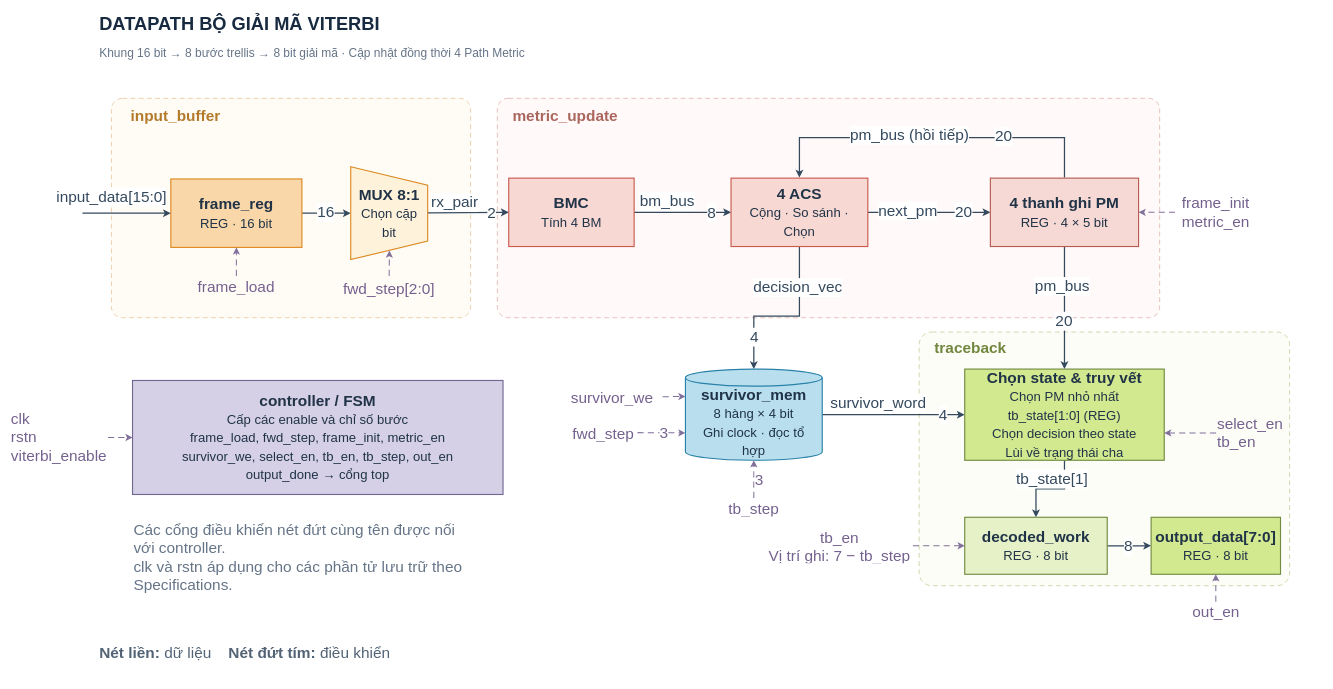
The draw.io diagram page "Datapath" (4 of 16) of docs/Viterbi_decoder.drawio in nvh1811/viterbi_decoder, before the edit. Source tidied: cells renumbered, new cells numbered last; positions are measured from the earlier drawing's top-left corner, leaving out a move shared by most shapes. Both pictures are drawn from the tidied source at 57%, with x=0, y=0 at pixel (10, 10).
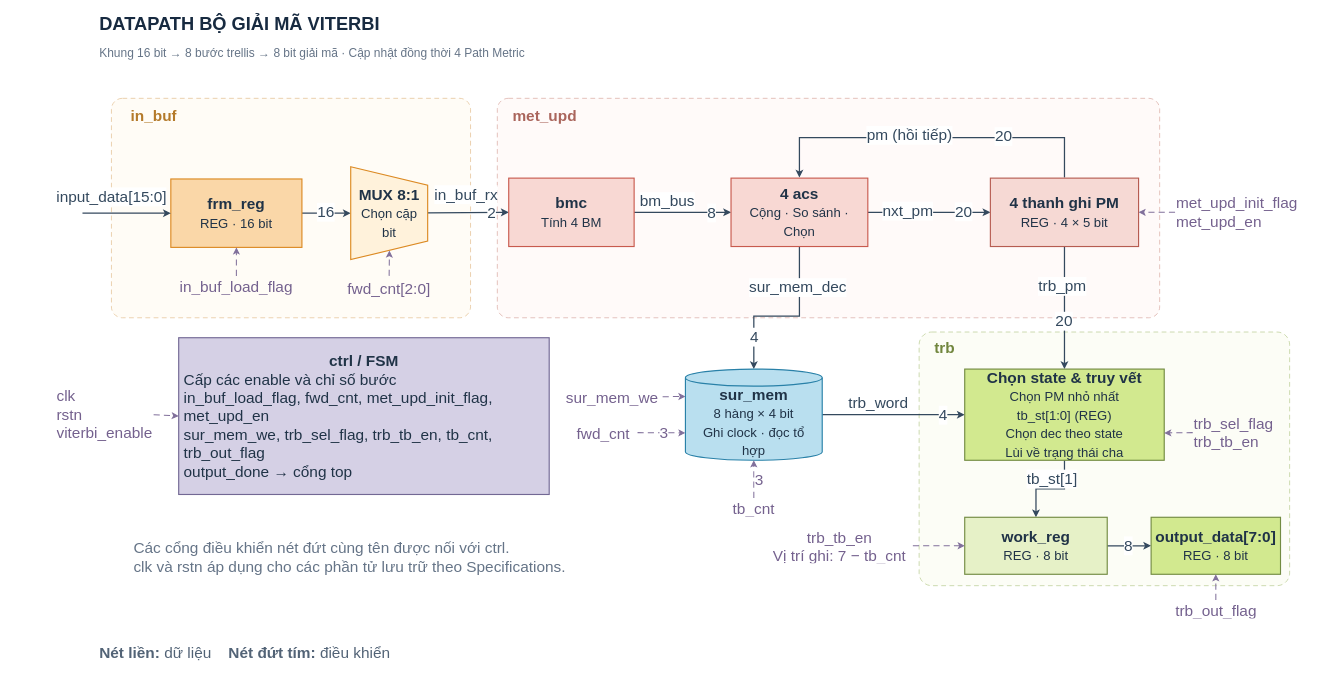
After the change.

The change refers to these unchanged cells:
```xml
<mxCell id="28" value="&lt;b&gt;MUX 8:1&lt;/b&gt;&lt;br&gt;&lt;span style=&quot;font-size: 23px;&quot;&gt;Chọn cặp bit&lt;/span&gt;" style="rounded=0;html=1;whiteSpace=wrap;fillColor=#FFF2DB;strokeColor=#DC8A23;strokeWidth=2;fontFamily=Arial;fontSize=27;fontColor=#203347;align=center;verticalAlign=middle;spacing=10;shape=trapezoid;direction=east;rotation=90;horizontal=0;" parent="1" vertex="1">
  <mxGeometry x="583.8" y="289" width="163" height="135" as="geometry" />
</mxCell>
<mxCell id="31" value="&lt;b&gt;4 thanh ghi PM&lt;/b&gt;&lt;br&gt;&lt;span style=&quot;font-size: 23px;&quot;&gt;REG · 4 × 5 bit&lt;/span&gt;" style="rounded=0;html=1;whiteSpace=wrap;fillColor=#F6D9D4;strokeColor=#B65C51;strokeWidth=2;fontFamily=Arial;fontSize=27;fontColor=#203347;align=center;verticalAlign=middle;spacing=10;" parent="1" vertex="1">
  <mxGeometry x="1720" y="295" width="260" height="120" as="geometry" />
</mxCell>
```

Change to the diagram source:
```diff
@@
-    <mxCell id="7" value="input_buffer" style="text;html=1;strokeColor=none;fillColor=none;whiteSpace=wrap;overflow=hidden;fontFamily=Arial;fontSize=27;fontColor=#B47A2A;fontStyle=1;align=left;verticalAlign=middle;" parent="1" vertex="1">
+    <mxCell id="7" value="in_buf" style="text;html=1;strokeColor=none;fillColor=none;whiteSpace=wrap;overflow=hidden;fontFamily=Arial;fontSize=27;fontColor=#B47A2A;fontStyle=1;align=left;verticalAlign=middle;" parent="1" vertex="1">
       <mxGeometry x="210" y="167" width="350" height="34" as="geometry" />
     </mxCell>
-    <mxCell id="8" value="metric_update" style="text;html=1;strokeColor=none;fillColor=none;whiteSpace=wrap;overflow=hidden;fontFamily=Arial;fontSize=27;fontColor=#AA655C;fontStyle=1;align=left;verticalAlign=middle;" parent="1" vertex="1">
+    <mxCell id="8" value="met_upd" style="text;html=1;strokeColor=none;fillColor=none;whiteSpace=wrap;overflow=hidden;fontFamily=Arial;fontSize=27;fontColor=#AA655C;fontStyle=1;align=left;verticalAlign=middle;" parent="1" vertex="1">
       <mxGeometry x="880" y="167" width="330" height="34" as="geometry" />
     </mxCell>
-    <mxCell id="9" value="traceback" style="text;html=1;strokeColor=none;fillColor=none;whiteSpace=wrap;overflow=hidden;fontFamily=Arial;fontSize=27;fontColor=#71863E;fontStyle=1;align=left;verticalAlign=middle;" parent="1" vertex="1">
+    <mxCell id="9" value="trb" style="text;html=1;strokeColor=none;fillColor=none;whiteSpace=wrap;overflow=hidden;fontFamily=Arial;fontSize=27;fontColor=#71863E;fontStyle=1;align=left;verticalAlign=middle;" parent="1" vertex="1">
       <mxGeometry x="1620" y="575" width="300" height="34" as="geometry" />
     </mxCell>
@@
-    <mxCell id="11" value="rx_pair" style="edgeStyle=none;rounded=0;html=1;endArrow=classic;endFill=1;endSize=7;strokeColor=#34495E;strokeWidth=2.2;fontFamily=Arial;fontSize=27;fontColor=#34495E;labelBackgroundColor=#FFFFFF;align=center;verticalAlign=middle;entryX=0;entryY=0.5;entryPerimeter=1;" parent="1" edge="1" source="28" target="29">
-      <mxGeometry x="-0.34" y="18" relative="1" as="geometry" />
+    <mxCell id="11" value="in_buf_rx" style="edgeStyle=none;rounded=0;html=1;endArrow=classic;endFill=1;endSize=7;strokeColor=#34495E;strokeWidth=2.2;fontFamily=Arial;fontSize=27;fontColor=#34495E;labelBackgroundColor=#FFFFFF;align=center;verticalAlign=middle;entryX=0;entryY=0.5;entryPerimeter=1;" parent="1" edge="1" source="28" target="29">
+      <mxGeometry x="-0.06" y="32" relative="1" as="geometry" />
     </mxCell>
@@
-    <mxCell id="15" value="next_pm" style="edgeStyle=none;rounded=0;html=1;endArrow=classic;endFill=1;endSize=7;strokeColor=#34495E;strokeWidth=2.2;fontFamily=Arial;fontSize=27;fontColor=#34495E;labelBackgroundColor=#FFFFFF;align=center;verticalAlign=middle;exitX=1;exitY=0.5;entryX=0;entryY=0.5;exitPerimeter=1;entryPerimeter=1;" parent="1" edge="1" source="30" target="31">
+    <mxCell id="15" value="nxt_pm" style="edgeStyle=none;rounded=0;html=1;endArrow=classic;endFill=1;endSize=7;strokeColor=#34495E;strokeWidth=2.2;fontFamily=Arial;fontSize=27;fontColor=#34495E;labelBackgroundColor=#FFFFFF;align=center;verticalAlign=middle;exitX=1;exitY=0.5;entryX=0;entryY=0.5;exitPerimeter=1;entryPerimeter=1;" parent="1" edge="1" source="30" target="31">
       <mxGeometry x="-0.35" y="2" relative="1" as="geometry" />
     </mxCell>
@@
-    <mxCell id="17" value="pm_bus (hồi tiếp)" style="edgeStyle=none;rounded=0;html=1;endArrow=classic;endFill=1;endSize=7;strokeColor=#34495E;strokeWidth=2.2;fontFamily=Arial;fontSize=27;fontColor=#34495E;labelBackgroundColor=#FFFFFF;align=center;verticalAlign=middle;exitX=0.5;exitY=0;entryX=0.5;entryY=0;exitPerimeter=1;entryPerimeter=1;" parent="1" edge="1">
+    <mxCell id="17" value="pm (hồi tiếp)" style="edgeStyle=none;rounded=0;html=1;endArrow=classic;endFill=1;endSize=7;strokeColor=#34495E;strokeWidth=2.2;fontFamily=Arial;fontSize=27;fontColor=#34495E;labelBackgroundColor=#FFFFFF;align=center;verticalAlign=middle;exitX=0.5;exitY=0;entryX=0.5;entryY=0;exitPerimeter=1;entryPerimeter=1;" parent="1" edge="1">
       <mxGeometry x="0.13" y="-4" relative="1" as="geometry">
         <mxPoint x="1850" y="294" as="sourcePoint" />
         <mxPoint x="1385" y="294" as="targetPoint" />
         <Array as="points">
           <mxPoint x="1850" y="224" />
           <mxPoint x="1805" y="224" />
           <mxPoint x="1385" y="224" />
         </Array>
       </mxGeometry>
     </mxCell>
@@
-    <mxCell id="19" value="decision_vec" style="edgeStyle=none;rounded=0;html=1;endArrow=classic;endFill=1;endSize=7;strokeColor=#34495E;strokeWidth=2.2;fontFamily=Arial;fontSize=27;fontColor=#34495E;labelBackgroundColor=#FFFFFF;align=center;verticalAlign=middle;exitX=0.5;exitY=1;entryX=0.5;entryY=0;exitPerimeter=1;entryPerimeter=1;" parent="1" edge="1" source="30" target="32">
+    <mxCell id="19" value="sur_mem_dec" style="edgeStyle=none;rounded=0;html=1;endArrow=classic;endFill=1;endSize=7;strokeColor=#34495E;strokeWidth=2.2;fontFamily=Arial;fontSize=27;fontColor=#34495E;labelBackgroundColor=#FFFFFF;align=center;verticalAlign=middle;exitX=0.5;exitY=1;entryX=0.5;entryY=0;exitPerimeter=1;entryPerimeter=1;" parent="1" edge="1" source="30" target="32">
       <mxGeometry x="-0.51" y="-3" relative="1" as="geometry">
         <Array as="points">
           <mxPoint x="1385" y="537.2" />
           <mxPoint x="1305" y="537.2" />
         </Array>
       </mxGeometry>
     </mxCell>
@@
-    <mxCell id="21" value="pm_bus" style="edgeStyle=none;rounded=0;html=1;endArrow=classic;endFill=1;endSize=7;strokeColor=#34495E;strokeWidth=2.2;fontFamily=Arial;fontSize=27;fontColor=#34495E;labelBackgroundColor=#FFFFFF;align=center;verticalAlign=middle;exitX=0.5;exitY=1;entryX=0.5;entryY=0;exitPerimeter=1;entryPerimeter=1;" parent="1" edge="1" source="31" target="33">
+    <mxCell id="21" value="trb_pm" style="edgeStyle=none;rounded=0;html=1;endArrow=classic;endFill=1;endSize=7;strokeColor=#34495E;strokeWidth=2.2;fontFamily=Arial;fontSize=27;fontColor=#34495E;labelBackgroundColor=#FFFFFF;align=center;verticalAlign=middle;exitX=0.5;exitY=1;entryX=0.5;entryY=0;exitPerimeter=1;entryPerimeter=1;" parent="1" edge="1" source="31" target="33">
       <mxGeometry x="-0.36" y="-4" relative="1" as="geometry">
         <Array as="points">
           <mxPoint x="1850" y="570" />
         </Array>
         <mxPoint y="1" as="offset" />
       </mxGeometry>
     </mxCell>
@@
-    <mxCell id="23" value="survivor_word" style="edgeStyle=none;rounded=0;html=1;endArrow=classic;endFill=1;endSize=7;strokeColor=#34495E;strokeWidth=2.2;fontFamily=Arial;fontSize=27;fontColor=#34495E;labelBackgroundColor=#FFFFFF;align=center;verticalAlign=middle;exitX=1;exitY=0.5;entryX=0;entryY=0.5;exitPerimeter=1;entryPerimeter=1;" parent="1" edge="1" source="32" target="33">
+    <mxCell id="23" value="trb_word" style="edgeStyle=none;rounded=0;html=1;endArrow=classic;endFill=1;endSize=7;strokeColor=#34495E;strokeWidth=2.2;fontFamily=Arial;fontSize=27;fontColor=#34495E;labelBackgroundColor=#FFFFFF;align=center;verticalAlign=middle;exitX=1;exitY=0.5;entryX=0;entryY=0.5;exitPerimeter=1;entryPerimeter=1;" parent="1" edge="1" source="32" target="33">
       <mxGeometry x="-0.22" y="20" relative="1" as="geometry" />
     </mxCell>
@@
-    <mxCell id="25" value="tb_state[1]" style="edgeStyle=none;rounded=0;html=1;endArrow=classic;endFill=1;endSize=7;strokeColor=#34495E;strokeWidth=2.2;fontFamily=Arial;fontSize=27;fontColor=#34495E;labelBackgroundColor=#FFFFFF;align=center;verticalAlign=middle;exitX=0.5;exitY=1;entryX=0.5;entryY=0;exitPerimeter=1;entryPerimeter=1;" parent="1" edge="1" source="33" target="34">
+    <mxCell id="25" value="tb_st[1]" style="edgeStyle=none;rounded=0;html=1;endArrow=classic;endFill=1;endSize=7;strokeColor=#34495E;strokeWidth=2.2;fontFamily=Arial;fontSize=27;fontColor=#34495E;labelBackgroundColor=#FFFFFF;align=center;verticalAlign=middle;exitX=0.5;exitY=1;entryX=0.5;entryY=0;exitPerimeter=1;entryPerimeter=1;" parent="1" edge="1" source="33" target="34">
       <mxGeometry x="-0.03" y="-17" relative="1" as="geometry">
         <Array as="points">
           <mxPoint x="1850" y="840" />
           <mxPoint x="1800" y="840" />
         </Array>
         <mxPoint x="1" as="offset" />
       </mxGeometry>
     </mxCell>
@@
-    <mxCell id="27" value="&lt;b&gt;frame_reg&lt;/b&gt;&lt;br&gt;&lt;span style=&quot;font-size: 23px;&quot;&gt;REG · 16 bit&lt;/span&gt;" style="rounded=0;html=1;whiteSpace=wrap;fillColor=#FAD7A8;strokeColor=#DC8A23;strokeWidth=2;fontFamily=Arial;fontSize=27;fontColor=#203347;align=center;verticalAlign=middle;spacing=10;" parent="1" vertex="1">
+    <mxCell id="27" value="&lt;b&gt;frm_reg&lt;/b&gt;&lt;br&gt;&lt;span style=&quot;font-size: 23px;&quot;&gt;REG · 16 bit&lt;/span&gt;" style="rounded=0;html=1;whiteSpace=wrap;fillColor=#FAD7A8;strokeColor=#DC8A23;strokeWidth=2;fontFamily=Arial;fontSize=27;fontColor=#203347;align=center;verticalAlign=middle;spacing=10;" parent="1" vertex="1">
       <mxGeometry x="282.2" y="296.5" width="230" height="120" as="geometry" />
     </mxCell>
@@
-    <mxCell id="29" value="&lt;b&gt;BMC&lt;/b&gt;&lt;br&gt;&lt;span style=&quot;font-size: 23px;&quot;&gt;Tính 4 BM&lt;/span&gt;" style="rounded=0;html=1;whiteSpace=wrap;fillColor=#F8D8D3;strokeColor=#C85A4E;strokeWidth=2;fontFamily=Arial;fontSize=27;fontColor=#203347;align=center;verticalAlign=middle;spacing=10;" parent="1" vertex="1">
+    <mxCell id="29" value="&lt;b&gt;bmc&lt;/b&gt;&lt;br&gt;&lt;span style=&quot;font-size: 23px;&quot;&gt;Tính 4 BM&lt;/span&gt;" style="rounded=0;html=1;whiteSpace=wrap;fillColor=#F8D8D3;strokeColor=#C85A4E;strokeWidth=2;fontFamily=Arial;fontSize=27;fontColor=#203347;align=center;verticalAlign=middle;spacing=10;" parent="1" vertex="1">
       <mxGeometry x="875" y="295" width="220" height="120" as="geometry" />
     </mxCell>
-    <mxCell id="30" value="&lt;b&gt;4 ACS&lt;/b&gt;&lt;br&gt;&lt;span style=&quot;font-size: 23px;&quot;&gt;Cộng · So sánh · Chọn&lt;/span&gt;" style="rounded=0;html=1;whiteSpace=wrap;fillColor=#F8D8D3;strokeColor=#C85A4E;strokeWidth=2;fontFamily=Arial;fontSize=27;fontColor=#203347;align=center;verticalAlign=middle;spacing=10;" parent="1" vertex="1">
+    <mxCell id="30" value="&lt;b&gt;4 acs&lt;/b&gt;&lt;br&gt;&lt;span style=&quot;font-size: 23px;&quot;&gt;Cộng · So sánh · Chọn&lt;/span&gt;" style="rounded=0;html=1;whiteSpace=wrap;fillColor=#F8D8D3;strokeColor=#C85A4E;strokeWidth=2;fontFamily=Arial;fontSize=27;fontColor=#203347;align=center;verticalAlign=middle;spacing=10;" parent="1" vertex="1">
       <mxGeometry x="1265" y="295" width="240" height="120" as="geometry" />
     </mxCell>
@@
-    <mxCell id="32" value="&lt;b&gt;survivor_mem&lt;/b&gt;&lt;br&gt;&lt;span style=&quot;font-size: 23px;&quot;&gt;8 hàng × 4 bit&lt;br&gt;Ghi clock · đọc tổ hợp&lt;/span&gt;" style="rounded=0;html=1;whiteSpace=wrap;fillColor=#B9DFEF;strokeColor=#2981A8;strokeWidth=2;fontFamily=Arial;fontSize=27;fontColor=#203347;align=center;verticalAlign=middle;spacing=10;shape=cylinder3;boundedLbl=1;backgroundOutline=1;size=15;" parent="1" vertex="1">
+    <mxCell id="32" value="&lt;b&gt;sur_mem&lt;/b&gt;&lt;br&gt;&lt;span style=&quot;font-size: 23px;&quot;&gt;8 hàng × 4 bit&lt;br&gt;Ghi clock · đọc tổ hợp&lt;/span&gt;" style="rounded=0;html=1;whiteSpace=wrap;fillColor=#B9DFEF;strokeColor=#2981A8;strokeWidth=2;fontFamily=Arial;fontSize=27;fontColor=#203347;align=center;verticalAlign=middle;spacing=10;shape=cylinder3;boundedLbl=1;backgroundOutline=1;size=15;" parent="1" vertex="1">
       <mxGeometry x="1185" y="630" width="240" height="160" as="geometry" />
     </mxCell>
-    <mxCell id="33" value="&lt;b&gt;Chọn state &amp;amp; truy vết&lt;/b&gt;&lt;br&gt;&lt;span style=&quot;font-size: 23px;&quot;&gt;Chọn PM nhỏ nhất&lt;br&gt;tb_state[1:0] (REG)&lt;br&gt;Chọn decision theo state&lt;br&gt;Lùi về trạng thái cha&lt;/span&gt;" style="rounded=0;html=1;whiteSpace=wrap;fillColor=#D2E98F;strokeColor=#728B42;strokeWidth=2;fontFamily=Arial;fontSize=27;fontColor=#203347;align=center;verticalAlign=middle;spacing=10;" parent="1" vertex="1">
+    <mxCell id="33" value="&lt;b&gt;Chọn state &amp;amp; truy vết&lt;/b&gt;&lt;br&gt;&lt;span style=&quot;font-size: 23px;&quot;&gt;Chọn PM nhỏ nhất&lt;br&gt;tb_st[1:0] (REG)&lt;br&gt;Chọn dec theo state&lt;br&gt;Lùi về trạng thái cha&lt;/span&gt;" style="rounded=0;html=1;whiteSpace=wrap;fillColor=#D2E98F;strokeColor=#728B42;strokeWidth=2;fontFamily=Arial;fontSize=27;fontColor=#203347;align=center;verticalAlign=middle;spacing=10;" parent="1" vertex="1">
       <mxGeometry x="1675" y="630" width="350" height="160" as="geometry" />
     </mxCell>
-    <mxCell id="34" value="&lt;b&gt;decoded_work&lt;/b&gt;&lt;br&gt;&lt;span style=&quot;font-size: 23px;&quot;&gt;REG · 8 bit&lt;/span&gt;" style="rounded=0;html=1;whiteSpace=wrap;fillColor=#E6F1C7;strokeColor=#728B42;strokeWidth=2;fontFamily=Arial;fontSize=27;fontColor=#203347;align=center;verticalAlign=middle;spacing=10;" parent="1" vertex="1">
+    <mxCell id="34" value="&lt;b&gt;work_reg&lt;/b&gt;&lt;br&gt;&lt;span style=&quot;font-size: 23px;&quot;&gt;REG · 8 bit&lt;/span&gt;" style="rounded=0;html=1;whiteSpace=wrap;fillColor=#E6F1C7;strokeColor=#728B42;strokeWidth=2;fontFamily=Arial;fontSize=27;fontColor=#203347;align=center;verticalAlign=middle;spacing=10;" parent="1" vertex="1">
       <mxGeometry x="1675" y="890" width="250" height="100" as="geometry" />
     </mxCell>
@@
-    <mxCell id="37" value="frame_load" style="text;html=1;strokeColor=none;fillColor=none;whiteSpace=wrap;overflow=hidden;fontFamily=Arial;fontSize=27;fontColor=#74618E;fontStyle=0;align=center;verticalAlign=middle;" parent="1" vertex="1">
+    <mxCell id="37" value="in_buf_load_flag" style="text;html=1;strokeColor=none;fillColor=none;whiteSpace=wrap;overflow=hidden;fontFamily=Arial;fontSize=27;fontColor=#74618E;fontStyle=0;align=center;verticalAlign=middle;" parent="1" vertex="1">
       <mxGeometry x="282.2" y="466.5" width="230" height="34" as="geometry" />
     </mxCell>
@@
-    <mxCell id="39" value="fwd_step[2:0]" style="text;html=1;strokeColor=none;fillColor=none;whiteSpace=wrap;overflow=hidden;fontFamily=Arial;fontSize=27;fontColor=#74618E;fontStyle=0;align=center;verticalAlign=middle;" parent="1" vertex="1">
+    <mxCell id="39" value="fwd_cnt[2:0]" style="text;html=1;strokeColor=none;fillColor=none;whiteSpace=wrap;overflow=hidden;fontFamily=Arial;fontSize=27;fontColor=#74618E;fontStyle=0;align=center;verticalAlign=middle;" parent="1" vertex="1">
       <mxGeometry x="535.2" y="470.5" width="260" height="34" as="geometry" />
     </mxCell>
@@
-    <mxCell id="41" value="frame_init&lt;br&gt;metric_en" style="text;html=1;strokeColor=none;fillColor=none;whiteSpace=wrap;overflow=hidden;fontFamily=Arial;fontSize=27;fontColor=#74618E;fontStyle=0;align=center;verticalAlign=middle;" parent="1" vertex="1">
-      <mxGeometry x="2044" y="320" width="143" height="70" as="geometry" />
+    <mxCell id="41" value="met_upd_init_flag&lt;br&gt;met_upd_en" style="text;html=1;strokeColor=none;fillColor=none;whiteSpace=wrap;overflow=hidden;fontFamily=Arial;fontSize=27;fontColor=#74618E;fontStyle=0;align=left;verticalAlign=middle;" parent="1" vertex="1">
+      <mxGeometry x="2044" y="320" width="260" height="70" as="geometry" />
     </mxCell>
@@
-    <mxCell id="43" value="survivor_we" style="text;html=1;strokeColor=none;fillColor=none;whiteSpace=wrap;overflow=hidden;fontFamily=Arial;fontSize=27;fontColor=#74618E;fontStyle=0;align=center;verticalAlign=middle;" parent="1" vertex="1">
+    <mxCell id="43" value="sur_mem_we" style="text;html=1;strokeColor=none;fillColor=none;whiteSpace=wrap;overflow=hidden;fontFamily=Arial;fontSize=27;fontColor=#74618E;fontStyle=0;align=center;verticalAlign=middle;" parent="1" vertex="1">
       <mxGeometry x="968" y="661.5" width="177" height="34" as="geometry" />
     </mxCell>
@@
-    <mxCell id="45" value="fwd_step" style="text;html=1;strokeColor=none;fillColor=none;whiteSpace=wrap;overflow=hidden;fontFamily=Arial;fontSize=27;fontColor=#74618E;fontStyle=0;align=center;verticalAlign=middle;" parent="1" vertex="1">
+    <mxCell id="45" value="fwd_cnt" style="text;html=1;strokeColor=none;fillColor=none;whiteSpace=wrap;overflow=hidden;fontFamily=Arial;fontSize=27;fontColor=#74618E;fontStyle=0;align=center;verticalAlign=middle;" parent="1" vertex="1">
       <mxGeometry x="981" y="724.5" width="120" height="34" as="geometry" />
     </mxCell>
@@
-    <mxCell id="48" value="tb_step" style="text;html=1;strokeColor=none;fillColor=none;whiteSpace=wrap;overflow=hidden;fontFamily=Arial;fontSize=27;fontColor=#74618E;fontStyle=0;align=center;verticalAlign=middle;" parent="1" vertex="1">
+    <mxCell id="48" value="tb_cnt" style="text;html=1;strokeColor=none;fillColor=none;whiteSpace=wrap;overflow=hidden;fontFamily=Arial;fontSize=27;fontColor=#74618E;fontStyle=0;align=center;verticalAlign=middle;" parent="1" vertex="1">
       <mxGeometry x="1175" y="856" width="260" height="34" as="geometry" />
     </mxCell>
@@
-    <mxCell id="51" value="select_en&lt;div&gt;tb_en&lt;/div&gt;" style="text;html=1;strokeColor=none;fillColor=none;whiteSpace=wrap;overflow=hidden;fontFamily=Arial;fontSize=27;fontColor=#74618E;fontStyle=0;align=left;verticalAlign=middle;" parent="1" vertex="1">
-      <mxGeometry x="2116" y="702.5" width="120" height="79" as="geometry" />
+    <mxCell id="51" value="trb_sel_flag&lt;div&gt;trb_tb_en&lt;/div&gt;" style="text;html=1;strokeColor=none;fillColor=none;whiteSpace=wrap;overflow=hidden;fontFamily=Arial;fontSize=27;fontColor=#74618E;fontStyle=0;align=left;verticalAlign=middle;" parent="1" vertex="1">
+      <mxGeometry x="2075" y="702" width="159" height="79" as="geometry" />
     </mxCell>
@@
-    <mxCell id="53" value="tb_en&lt;br&gt;Vị trí ghi: 7 − tb_step" style="text;html=1;strokeColor=none;fillColor=none;whiteSpace=wrap;overflow=hidden;fontFamily=Arial;fontSize=27;fontColor=#74618E;fontStyle=0;align=center;verticalAlign=middle;" parent="1" vertex="1">
+    <mxCell id="53" value="trb_tb_en&lt;br&gt;Vị trí ghi: 7 − tb_cnt" style="text;html=1;strokeColor=none;fillColor=none;whiteSpace=wrap;overflow=hidden;fontFamily=Arial;fontSize=27;fontColor=#74618E;fontStyle=0;align=center;verticalAlign=middle;" parent="1" vertex="1">
       <mxGeometry x="1327" y="907.5" width="257" height="65" as="geometry" />
     </mxCell>
@@
-    <mxCell id="55" value="out_en" style="text;html=1;strokeColor=none;fillColor=none;whiteSpace=wrap;overflow=hidden;fontFamily=Arial;fontSize=27;fontColor=#74618E;fontStyle=0;align=center;verticalAlign=middle;" parent="1" vertex="1">
-      <mxGeometry x="2061.5" y="1038" width="108" height="34" as="geometry" />
+    <mxCell id="55" value="trb_out_flag" style="text;html=1;strokeColor=none;fillColor=none;whiteSpace=wrap;overflow=hidden;fontFamily=Arial;fontSize=27;fontColor=#74618E;fontStyle=0;align=center;verticalAlign=middle;" parent="1" vertex="1">
+      <mxGeometry x="2023.8" y="1035" width="183.5" height="34" as="geometry" />
     </mxCell>
@@
-    <mxCell id="57" value="&lt;b&gt;controller / FSM&lt;/b&gt;&lt;br&gt;&lt;span style=&quot;font-size: 23px;&quot;&gt;Cấp các enable và chỉ số bước&lt;br&gt;frame_load, fwd_step, frame_init, metric_en&lt;br&gt;survivor_we, select_en, tb_en, tb_step, out_en&lt;br&gt;output_done → cổng top&lt;/span&gt;" style="rounded=0;html=1;whiteSpace=wrap;fillColor=#D5D0E5;strokeColor=#726894;strokeWidth=2;fontFamily=Arial;fontSize=27;fontColor=#203347;align=center;verticalAlign=middle;spacing=10;" parent="1" vertex="1">
-      <mxGeometry x="215" y="650" width="650" height="200" as="geometry" />
+    <mxCell id="57" value="&lt;b&gt;ctrl / FSM&lt;/b&gt;&lt;br&gt;&lt;div style=&quot;text-align: left;&quot;&gt;&lt;span style=&quot;background-color: transparent; color: light-dark(rgb(32, 51, 71), rgb(181, 198, 215));&quot;&gt;&lt;font&gt;Cấp các enable và chỉ số bước&lt;/font&gt;&lt;/span&gt;&lt;/div&gt;&lt;font&gt;&lt;div style=&quot;text-align: left;&quot;&gt;&lt;span style=&quot;background-color: transparent; color: light-dark(rgb(32, 51, 71), rgb(181, 198, 215));&quot;&gt;in_buf_load_flag, fwd_cnt, met_upd_init_flag, met_upd_en&lt;/span&gt;&lt;/div&gt;&lt;div style=&quot;text-align: left;&quot;&gt;&lt;span style=&quot;background-color: transparent; color: light-dark(rgb(32, 51, 71), rgb(181, 198, 215));&quot;&gt;sur_mem_we, trb_sel_flag, trb_tb_en, tb_cnt, trb_out_flag&lt;/span&gt;&lt;/div&gt;&lt;div style=&quot;text-align: left;&quot;&gt;&lt;span style=&quot;background-color: transparent; color: light-dark(rgb(32, 51, 71), rgb(181, 198, 215));&quot;&gt;output_done → cổng top&lt;/span&gt;&lt;/div&gt;&lt;/font&gt;" style="rounded=0;html=1;whiteSpace=wrap;fillColor=#D5D0E5;strokeColor=#726894;strokeWidth=2;fontFamily=Arial;fontSize=27;fontColor=#203347;align=center;verticalAlign=middle;spacing=10;" parent="1" vertex="1">
+      <mxGeometry x="296" y="575" width="650" height="275" as="geometry" />
     </mxCell>
     <mxCell id="58" value="clk&amp;nbsp;&lt;div&gt;rstn&amp;nbsp;&lt;/div&gt;&lt;div&gt;viterbi_enable&lt;/div&gt;" style="text;html=1;strokeColor=none;fillColor=none;whiteSpace=wrap;overflow=hidden;fontFamily=Arial;fontSize=27;fontColor=#74618E;fontStyle=0;align=left;verticalAlign=middle;" parent="1" vertex="1">
-      <mxGeometry y="684.5" width="172" height="131" as="geometry" />
+      <mxGeometry x="80" y="644.5" width="172" height="131" as="geometry" />
     </mxCell>
@@
-    <mxCell id="60" value="Các cổng điều khiển nét đứt cùng tên được nối với controller.&lt;br&gt;clk và rstn áp dụng cho các phần tử lưu trữ theo Specifications." style="text;html=1;strokeColor=none;fillColor=none;whiteSpace=wrap;overflow=hidden;fontFamily=Arial;fontSize=27;fontColor=#657487;fontStyle=0;align=left;verticalAlign=middle;" parent="1" vertex="1">
-      <mxGeometry x="215" y="885" width="587" height="150" as="geometry" />
+    <mxCell id="60" value="Các cổng điều khiển nét đứt cùng tên được nối với ctrl.&lt;br&gt;clk và rstn áp dụng cho các phần tử lưu trữ theo Specifications." style="text;html=1;strokeColor=none;fillColor=none;whiteSpace=wrap;overflow=hidden;fontFamily=Arial;fontSize=27;fontColor=#657487;fontStyle=0;align=left;verticalAlign=middle;" parent="1" vertex="1">
+      <mxGeometry x="215" y="885" width="797" height="150" as="geometry" />
     </mxCell>
```
